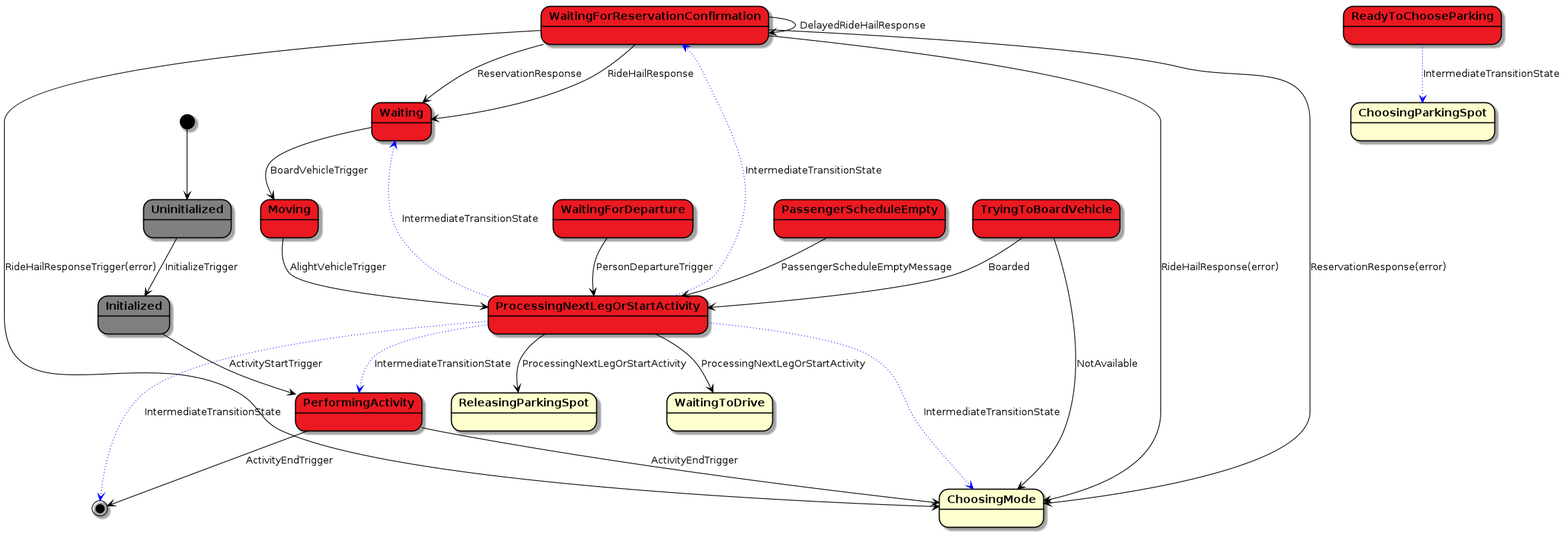
This is docs/_static/uml/PersonAgent.png from LBNL-UCB-STI/beam, a PlantUML export, as it was before one commit.
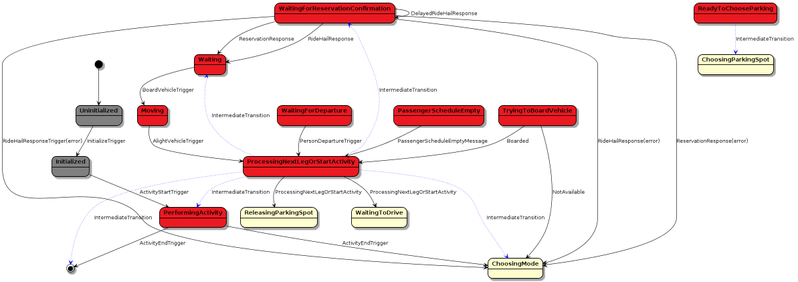
After the commit.

What changed in the source:
```diff
@@ -52,7 +52,7 @@
 
 PassengerScheduleEmpty --> ProcessingNextLegOrStartActivity: PassengerScheduleEmptyMessage
 
-ReadyToChooseParking -[#blue,dotted]-> ChoosingParkingSpot: IntermediateTransitionState
+ReadyToChooseParking -[#blue,dotted]-> ChoosingParkingSpot: IntermediateTransition
 
 TryingToBoardVehicle --> ProcessingNextLegOrStartActivity : Boarded
 TryingToBoardVehicle --> ChoosingMode : NotAvailable
@@ -60,11 +60,11 @@
 
 ProcessingNextLegOrStartActivity --> ReleasingParkingSpot : ProcessingNextLegOrStartActivity
 ProcessingNextLegOrStartActivity --> WaitingToDrive : ProcessingNextLegOrStartActivity
-ProcessingNextLegOrStartActivity -[#blue,dotted]-> ChoosingMode : IntermediateTransitionState
-ProcessingNextLegOrStartActivity -[#blue,dotted]-> WaitingForReservationConfirmation : IntermediateTransitionState
-ProcessingNextLegOrStartActivity -[#blue,dotted]-> Waiting : IntermediateTransitionState
-ProcessingNextLegOrStartActivity -[#blue,dotted]-> PerformingActivity : IntermediateTransitionState
-ProcessingNextLegOrStartActivity -[#blue,dotted]-> [*] : IntermediateTransitionState
+ProcessingNextLegOrStartActivity -[#blue,dotted]-> ChoosingMode : IntermediateTransition
+ProcessingNextLegOrStartActivity -[#blue,dotted]-> WaitingForReservationConfirmation : IntermediateTransition
+ProcessingNextLegOrStartActivity -[#blue,dotted]-> Waiting : IntermediateTransition
+ProcessingNextLegOrStartActivity -[#blue,dotted]-> PerformingActivity : IntermediateTransition
+ProcessingNextLegOrStartActivity -[#blue,dotted]-> [*] : IntermediateTransition
 
 
 
```
